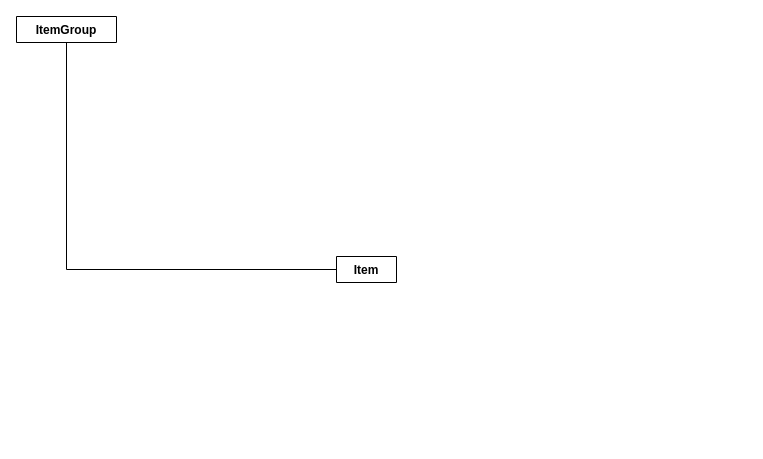
This is docs/class/inventory.drawio from mancinelli/xFormz, a draw.io file, before an edit. Source tidied: cells renumbered, new cells numbered last; positions are measured from the earlier drawing's top-left corner, leaving out a move shared by most shapes. Both pictures are drawn from the tidied source at 100%, with x=0, y=0 at pixel (16, 16).
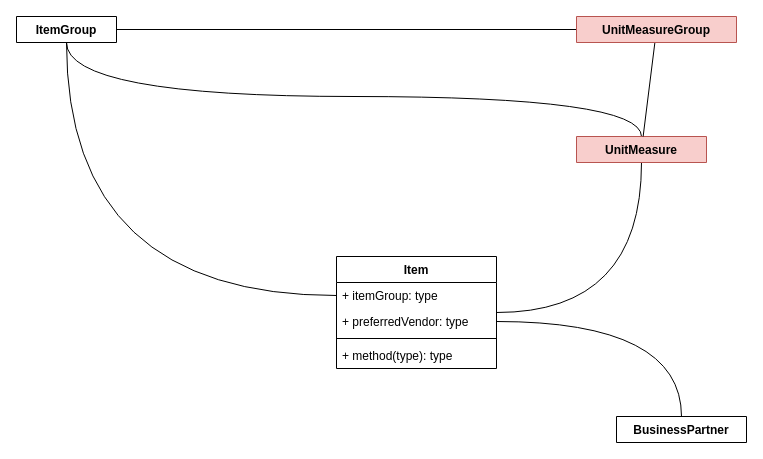
The same page after the edit.

Diff of the diagram source:
```diff
@@
 <mxGraphModel>
   <root>
     <mxCell id="0" />
     <mxCell id="1" parent="0" />
-    <mxCell id="2" style="edgeStyle=orthogonalEdgeStyle;rounded=0;jettySize=auto;html=1;endArrow=none;endFill=0;" parent="1" edge="1" source="3" target="4">
+    <mxCell id="2" style="edgeStyle=orthogonalEdgeStyle;rounded=0;jettySize=auto;html=1;endArrow=none;endFill=0;curved=1;" parent="1" edge="1" source="6" target="4">
       <mxGeometry relative="1" as="geometry" />
     </mxCell>
+    <mxCell id="5" style="edgeStyle=orthogonalEdgeStyle;rounded=0;jettySize=auto;html=1;endArrow=none;endFill=0;curved=1;" parent="1" edge="1" source="3" target="12">
+      <mxGeometry relative="1" as="geometry" />
+    </mxCell>
-    <mxCell id="3" value="Item" style="swimlane;fontStyle=1;align=center;verticalAlign=top;horizontal=1;startSize=26;" parent="1" vertex="1" collapsed="1">
-      <mxGeometry x="320" y="240" width="60" height="26" as="geometry" />
+    <mxCell id="3" value="Item" style="swimlane;fontStyle=1;align=center;verticalAlign=top;horizontal=1;startSize=26;" parent="1" vertex="1">
+      <mxGeometry x="320" y="240" width="160" height="112" as="geometry" />
     </mxCell>
+    <mxCell id="6" value="+ itemGroup: type" style="text;strokeColor=none;fillColor=none;align=left;verticalAlign=top;spacingLeft=4;spacingRight=4;overflow=hidden;points=[[0,0.5],[1,0.5]];portConstraint=eastwest;" parent="3" vertex="1">
+      <mxGeometry y="26" width="160" height="26" as="geometry" />
+    </mxCell>
+    <mxCell id="7" value="+ preferredVendor: type" style="text;strokeColor=none;fillColor=none;align=left;verticalAlign=top;spacingLeft=4;spacingRight=4;overflow=hidden;points=[[0,0.5],[1,0.5]];portConstraint=eastwest;" parent="3" vertex="1">
+      <mxGeometry y="52" width="160" height="26" as="geometry" />
+    </mxCell>
+    <mxCell id="8" style="line;strokeWidth=1;fillColor=none;align=left;verticalAlign=middle;spacingTop=-1;spacingLeft=3;spacingRight=3;labelPosition=right;" parent="3" vertex="1">
+      <mxGeometry y="78" width="160" height="8" as="geometry" />
+    </mxCell>
+    <mxCell id="9" value="+ method(type): type" style="text;strokeColor=none;fillColor=none;align=left;verticalAlign=top;spacingLeft=4;spacingRight=4;overflow=hidden;" parent="3" vertex="1">
+      <mxGeometry y="86" width="160" height="26" as="geometry" />
+    </mxCell>
+    <mxCell id="10" style="edgeStyle=orthogonalEdgeStyle;rounded=0;jettySize=auto;html=1;endArrow=none;endFill=0;" parent="1" edge="1" source="4" target="14">
+      <mxGeometry relative="1" as="geometry" />
+    </mxCell>
+    <mxCell id="11" style="rounded=0;jettySize=auto;html=1;endArrow=none;endFill=0;edgeStyle=orthogonalEdgeStyle;curved=1;" parent="1" edge="1" source="4" target="12">
+      <mxGeometry relative="1" as="geometry">
+        <Array as="points">
+          <mxPoint x="50" y="80" />
+          <mxPoint x="625" y="80" />
+        </Array>
+      </mxGeometry>
+    </mxCell>
     <mxCell id="4" value="ItemGroup" style="swimlane;fontStyle=1;align=center;verticalAlign=top;horizontal=1;startSize=26;" parent="1" vertex="1" collapsed="1">
       <mxGeometry width="100" height="26" as="geometry" />
     </mxCell>
+    <mxCell id="12" value="UnitMeasure" style="swimlane;fontStyle=1;align=center;verticalAlign=top;horizontal=1;startSize=26;fillColor=#f8cecc;strokeColor=#b85450;" parent="1" vertex="1" collapsed="1">
+      <mxGeometry x="560" y="120" width="130" height="26" as="geometry" />
+    </mxCell>
+    <mxCell id="13" style="rounded=0;jettySize=auto;html=1;endArrow=none;endFill=0;" parent="1" edge="1" source="14" target="12">
+      <mxGeometry relative="1" as="geometry" />
+    </mxCell>
+    <mxCell id="14" value="UnitMeasureGroup" style="swimlane;fontStyle=1;align=center;verticalAlign=top;horizontal=1;startSize=26;fillColor=#f8cecc;strokeColor=#b85450;" parent="1" vertex="1" collapsed="1">
+      <mxGeometry x="560" width="160" height="26" as="geometry" />
+    </mxCell>
+    <mxCell id="15" value="BusinessPartner" style="swimlane;fontStyle=1;align=center;verticalAlign=top;horizontal=1;startSize=26;" parent="1" vertex="1" collapsed="1">
+      <mxGeometry x="600" y="400" width="130" height="26" as="geometry" />
+    </mxCell>
+    <mxCell id="16" style="edgeStyle=orthogonalEdgeStyle;rounded=0;jettySize=auto;html=1;endArrow=none;endFill=0;curved=1;" parent="1" edge="1" source="7" target="15">
+      <mxGeometry relative="1" as="geometry" />
+    </mxCell>
   </root>
 </mxGraphModel>
```
